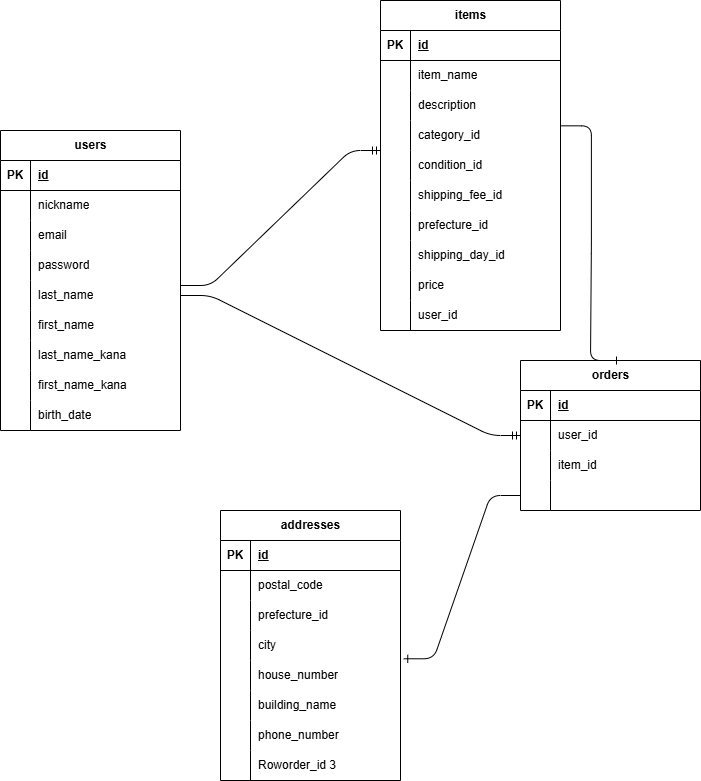
yuimusic551-hub/furima-46820 keeps this draw.io diagram as furima.drawio.png. Above is the earlier version. Source tidied: cells renumbered, new cells last; positions are measured from the earlier drawing's top-left corner, leaving out a move shared by most shapes.
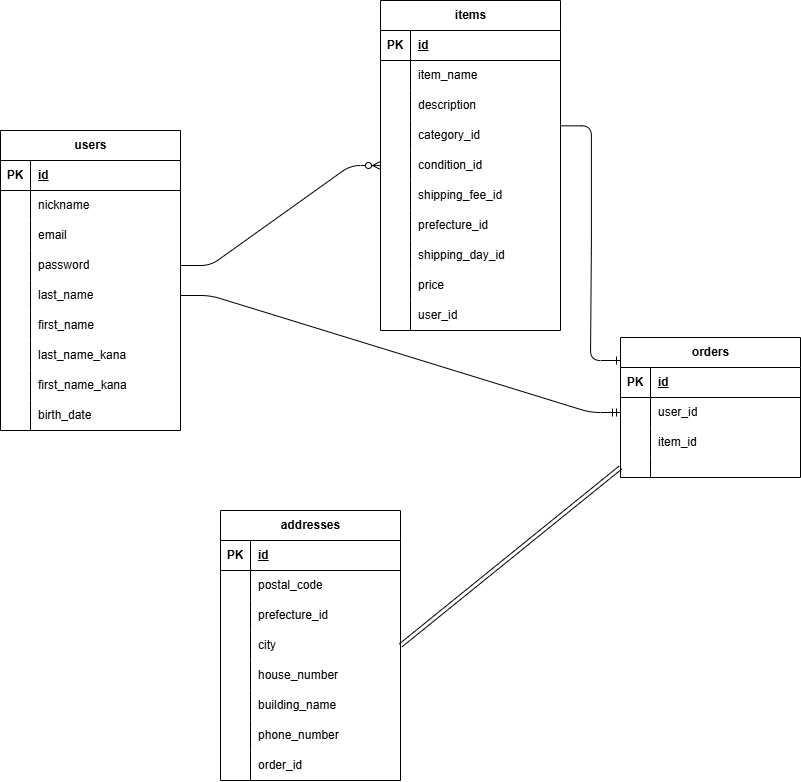
The same file after the commit.

What changed in the source:
```diff
@@ -251,11 +251,11 @@
     <mxCell id="84" style="shape=partialRectangle;fillColor=none;top=0;left=0;bottom=0;right=0;overflow=hidden;whiteSpace=wrap;html=1;" parent="83" vertex="1">
       <mxGeometry width="30" height="30" as="geometry" />
     </mxCell>
-    <mxCell id="85" value="Roworder_id 3" style="shape=partialRectangle;fillColor=none;top=0;left=0;bottom=0;right=0;align=left;spacingLeft=6;overflow=hidden;whiteSpace=wrap;html=1;" parent="83" vertex="1">
+    <mxCell id="85" value="order_id" style="shape=partialRectangle;fillColor=none;top=0;left=0;bottom=0;right=0;align=left;spacingLeft=6;overflow=hidden;whiteSpace=wrap;html=1;" parent="83" vertex="1">
       <mxGeometry x="30" width="150" height="30" as="geometry" />
     </mxCell>
     <mxCell id="86" value="orders" style="shape=table;startSize=30;rowLines=0;fontStyle=1;align=center;html=1;" parent="1" vertex="1">
-      <mxGeometry x="520" y="360" width="180" height="150" as="geometry" />
+      <mxGeometry x="620" y="337" width="180" height="140" as="geometry" />
     </mxCell>
     <mxCell id="87" style="shape=tableRow;horizontal=0;startSize=0;swimlaneHead=0;swimlaneBody=0;fillColor=none;top=0;left=0;right=0;bottom=1;" parent="86" vertex="1">
       <mxGeometry y="30" width="180" height="30" as="geometry" />
@@ -285,20 +285,14 @@
       <mxGeometry x="30" width="150" height="30" as="geometry" />
     </mxCell>
     <mxCell id="96" style="shape=tableRow;horizontal=0;startSize=0;swimlaneHead=0;swimlaneBody=0;fillColor=none;points=[[0,0.5],[1,0.5]];portConstraint=eastwest;top=0;left=0;right=0;bottom=0;" parent="86" vertex="1">
-      <mxGeometry y="120" width="180" height="30" as="geometry" />
+      <mxGeometry y="120" width="180" height="20" as="geometry" />
     </mxCell>
     <mxCell id="97" style="shape=partialRectangle;fillColor=none;top=0;left=0;bottom=0;right=0;overflow=hidden;whiteSpace=wrap;html=1;" parent="96" vertex="1">
-      <mxGeometry width="30" height="30" as="geometry" />
+      <mxGeometry width="30" height="20" as="geometry" />
     </mxCell>
     <mxCell id="98" style="shape=partialRectangle;fillColor=none;top=0;left=0;bottom=0;right=0;align=left;spacingLeft=6;overflow=hidden;whiteSpace=wrap;html=1;" parent="96" vertex="1">
-      <mxGeometry x="30" width="150" height="30" as="geometry" />
+      <mxGeometry x="30" width="150" height="20" as="geometry" />
     </mxCell>
-    <mxCell id="99" style="edgeStyle=entityRelationEdgeStyle;fontSize=12;html=1;endArrow=ERmandOne;exitX=1;exitY=0.5;exitDx=0;exitDy=0;" parent="1" edge="1">
-      <mxGeometry relative="1" as="geometry">
-        <mxPoint x="180" y="285" as="sourcePoint" />
-        <mxPoint x="380" y="150" as="targetPoint" />
-      </mxGeometry>
-    </mxCell>
     <mxCell id="100" style="edgeStyle=entityRelationEdgeStyle;fontSize=12;html=1;endArrow=ERmandOne;exitX=1;exitY=0.5;exitDx=0;exitDy=0;entryX=0;entryY=0.5;entryDx=0;entryDy=0;" parent="1" edge="1" source="46" target="90">
       <mxGeometry relative="1" as="geometry" />
     </mxCell>
@@ -307,8 +301,11 @@
         <mxPoint x="620" y="360" as="targetPoint" />
       </mxGeometry>
     </mxCell>
-    <mxCell id="102" style="edgeStyle=entityRelationEdgeStyle;fontSize=12;html=1;endArrow=ERone;endFill=1;entryX=1.018;entryY=-0.057;entryDx=0;entryDy=0;entryPerimeter=0;exitX=0;exitY=0.5;exitDx=0;exitDy=0;" parent="1" edge="1" source="96" target="74">
-      <mxGeometry relative="1" as="geometry" />
-    </mxCell>
+    <mxCell id="103" style="edgeStyle=entityRelationEdgeStyle;fontSize=12;html=1;endArrow=ERzeroToMany;endFill=1;entryX=0;entryY=0.5;entryDx=0;entryDy=0;exitX=1;exitY=0.5;exitDx=0;exitDy=0;" parent="1" edge="1" source="43" target="15">
+      <mxGeometry relative="1" as="geometry" />
+    </mxCell>
+    <mxCell id="104" style="shape=link;html=1;entryX=0;entryY=0.5;entryDx=0;entryDy=0;exitX=1;exitY=0.5;exitDx=0;exitDy=0;" parent="1" edge="1" source="71" target="96">
+      <mxGeometry relative="1" as="geometry" />
+    </mxCell>
   </root>
 </mxGraphModel>
```
